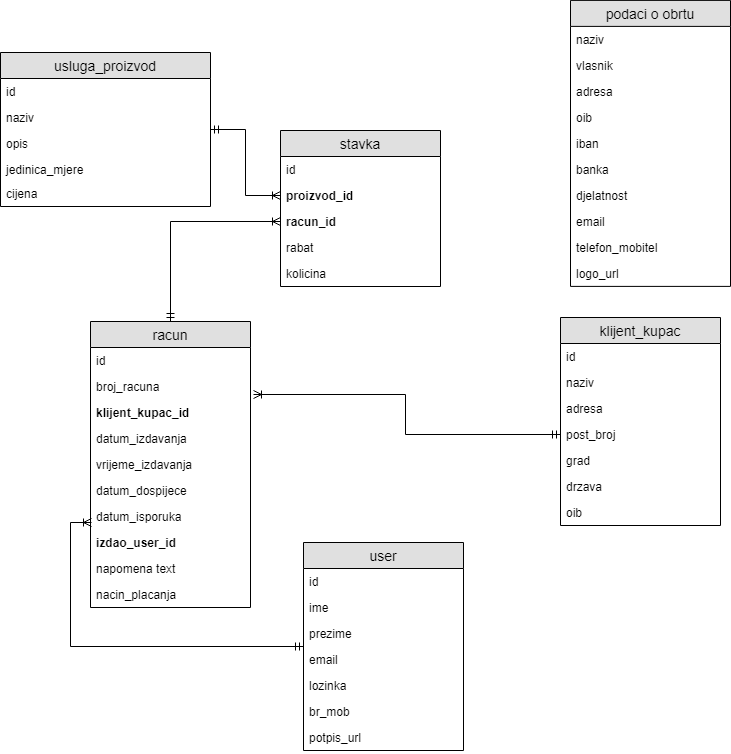
The draw.io diagram izdavanje_racuna_za_pausalni_obrt-ERD_v1.1.png in delaga/Pausalni_obrt_ZR, before a commit. Source tidied: cells renumbered, new cells last; positions are measured from the earlier drawing's top-left corner, leaving out a move shared by most shapes.
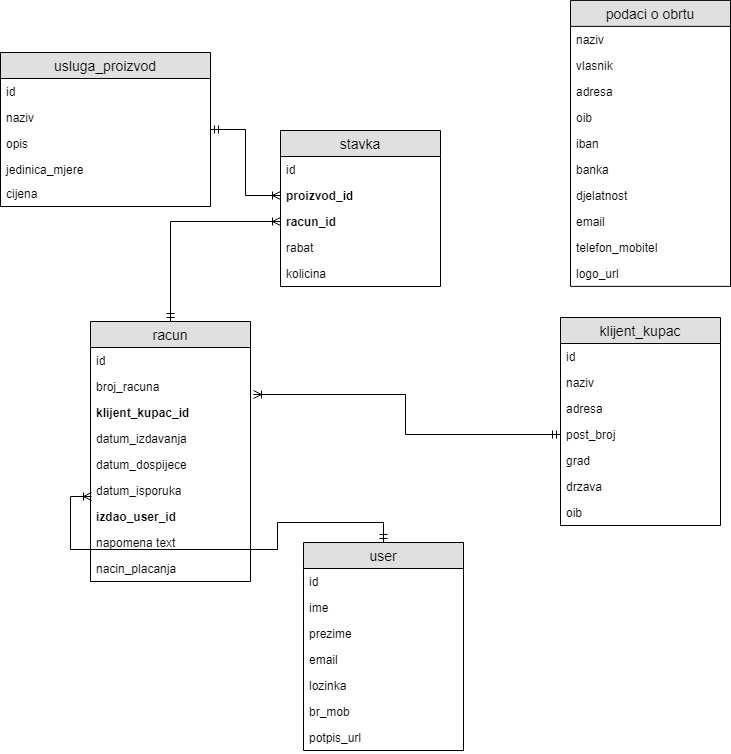
Later version of the same file.

Commit message:
ERD finale, valjda

Diff of the diagram source:
```diff
@@ -63,7 +63,7 @@
       <mxGeometry relative="1" as="geometry" />
     </mxCell>
     <mxCell id="22" value="racun" style="swimlane;fontStyle=0;horizontal=1;startSize=26;fillColor=#e0e0e0;swimlaneFillColor=#ffffff;align=center;fontSize=14;" parent="1" vertex="1">
-      <mxGeometry x="90" y="321" width="160" height="286" as="geometry" />
+      <mxGeometry x="90" y="321" width="160" height="260" as="geometry" />
     </mxCell>
     <mxCell id="23" value="id" style="text;strokeColor=none;fillColor=none;spacingLeft=4;spacingRight=4;overflow=hidden;fontSize=12;" parent="22" vertex="1">
       <mxGeometry y="26" width="160" height="26" as="geometry" />
@@ -77,23 +77,20 @@
     <mxCell id="26" value="datum_izdavanja" style="text;strokeColor=none;fillColor=none;spacingLeft=4;spacingRight=4;overflow=hidden;fontSize=12;" parent="22" vertex="1">
       <mxGeometry y="104" width="160" height="26" as="geometry" />
     </mxCell>
-    <mxCell id="27" value="vrijeme_izdavanja" style="text;strokeColor=none;fillColor=none;spacingLeft=4;spacingRight=4;overflow=hidden;fontSize=12;" parent="22" vertex="1">
-      <mxGeometry y="130" width="160" height="26" as="geometry" />
-    </mxCell>
     <mxCell id="28" value="datum_dospijece&#10;" style="text;strokeColor=none;fillColor=none;spacingLeft=4;spacingRight=4;overflow=hidden;fontSize=12;" parent="22" vertex="1">
-      <mxGeometry y="156" width="160" height="26" as="geometry" />
+      <mxGeometry y="130" width="160" height="26" as="geometry" />
     </mxCell>
     <mxCell id="29" value="datum_isporuka" style="text;strokeColor=none;fillColor=none;spacingLeft=4;spacingRight=4;overflow=hidden;fontSize=12;" parent="22" vertex="1">
-      <mxGeometry y="182" width="160" height="26" as="geometry" />
+      <mxGeometry y="156" width="160" height="26" as="geometry" />
     </mxCell>
     <mxCell id="30" value="izdao_user_id" style="text;strokeColor=none;fillColor=none;spacingLeft=4;spacingRight=4;overflow=hidden;points=[[0,0.5],[1,0.5]];portConstraint=eastwest;fontSize=12;fontStyle=1;" parent="22" vertex="1">
-      <mxGeometry y="208" width="160" height="26" as="geometry" />
+      <mxGeometry y="182" width="160" height="26" as="geometry" />
     </mxCell>
     <mxCell id="31" value="napomena text" style="text;strokeColor=none;fillColor=none;spacingLeft=4;spacingRight=4;overflow=hidden;fontSize=12;" parent="22" vertex="1">
-      <mxGeometry y="234" width="160" height="26" as="geometry" />
+      <mxGeometry y="208" width="160" height="26" as="geometry" />
     </mxCell>
     <mxCell id="32" value="nacin_placanja" style="text;strokeColor=none;fillColor=none;spacingLeft=4;spacingRight=4;overflow=hidden;fontSize=12;" parent="22" vertex="1">
-      <mxGeometry y="260" width="160" height="26" as="geometry" />
+      <mxGeometry y="234" width="160" height="26" as="geometry" />
     </mxCell>
     <mxCell id="33" style="edgeStyle=orthogonalEdgeStyle;rounded=0;jettySize=auto;html=1;entryX=0;entryY=0.5;entryDx=0;entryDy=0;startArrow=ERmandOne;startFill=0;endArrow=ERoneToMany;endFill=0;" parent="1" edge="1" source="34" target="43">
       <mxGeometry relative="1" as="geometry" />
```
